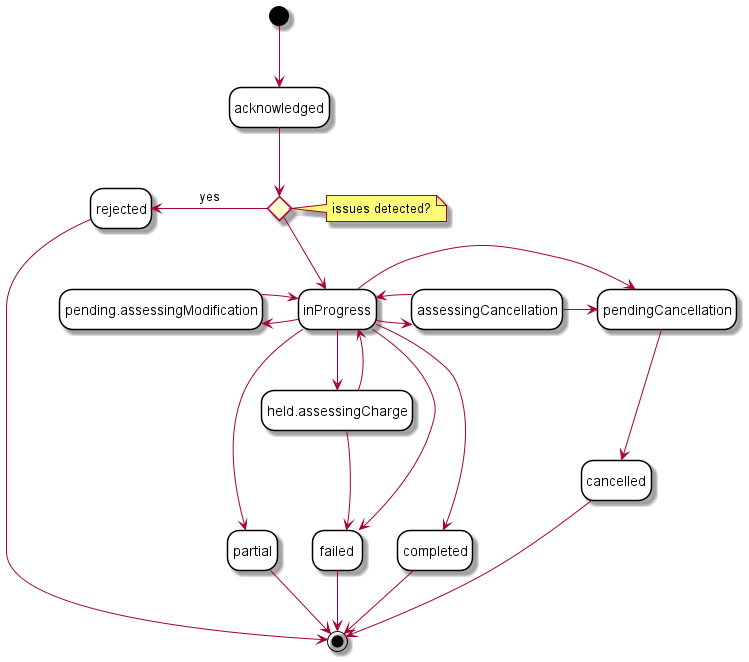
Above: documentation/productApi/order/media/productOrderFlow.png in MEF-GIT/MEF-LSO-Sonata-SDK (PlantUML), before the change. The source it was exported from:
```plantuml
@startuml

skinparam state {
    BackgroundColor White
    BorderColor Black
}
hide empty description

state issues_detected <<choice>>
note right of issues_detected : issues detected?

inProgress -d[hidden]-> held.assessingCharge
held.assessingCharge -d[hidden]-> completed
held.assessingCharge -d[hidden]-> failed
held.assessingCharge -d[hidden]-> partial

[*] --> acknowledged

acknowledged --> issues_detected

issues_detected -d-> inProgress
issues_detected -l-> rejected : yes

inProgress -l-> pending.assessingModification
inProgress -d-> completed
inProgress -d-> failed
inProgress -d-> partial
inProgress --> held.assessingCharge
inProgress -r-> assessingCancellation
inProgress -r-> pendingCancellation

pending.assessingModification -r-> inProgress

held.assessingCharge --> inProgress
held.assessingCharge --> failed

assessingCancellation -l-> inProgress
assessingCancellation -r-> pendingCancellation

pendingCancellation --> cancelled

completed --> [*]
failed --> [*]
partial --> [*]
cancelled --> [*]
rejected --> [*]

@enduml
```
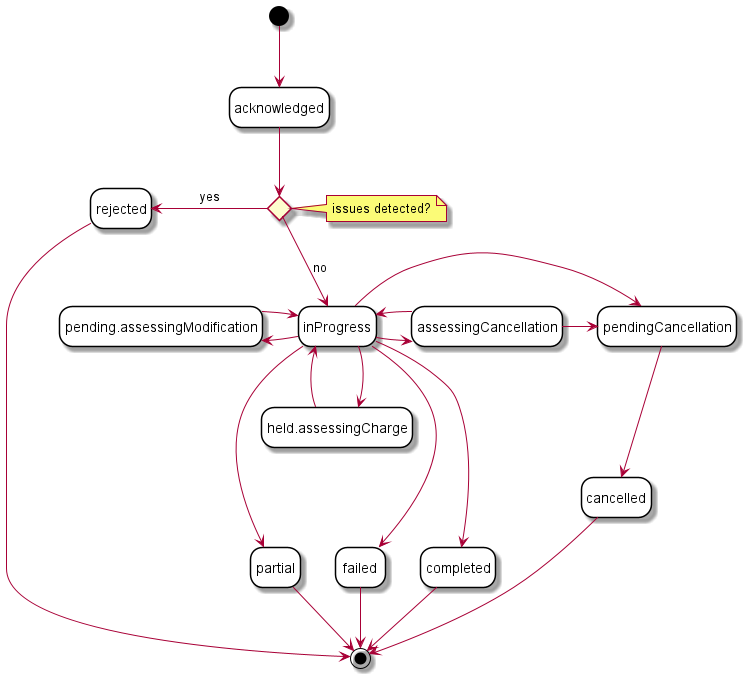
Later version of the same file.

Change to the diagram source:
```diff
@@ -18,7 +18,7 @@
 
 acknowledged --> issues_detected
 
-issues_detected -d-> inProgress
+issues_detected -d-> inProgress : no
 issues_detected -l-> rejected : yes
 
 inProgress -l-> pending.assessingModification
@@ -31,8 +31,7 @@
 
 pending.assessingModification -r-> inProgress
 
-held.assessingCharge --> inProgress
-held.assessingCharge --> failed
+held.assessingCharge -l-> inProgress
 
 assessingCancellation -l-> inProgress
 assessingCancellation -r-> pendingCancellation
```
